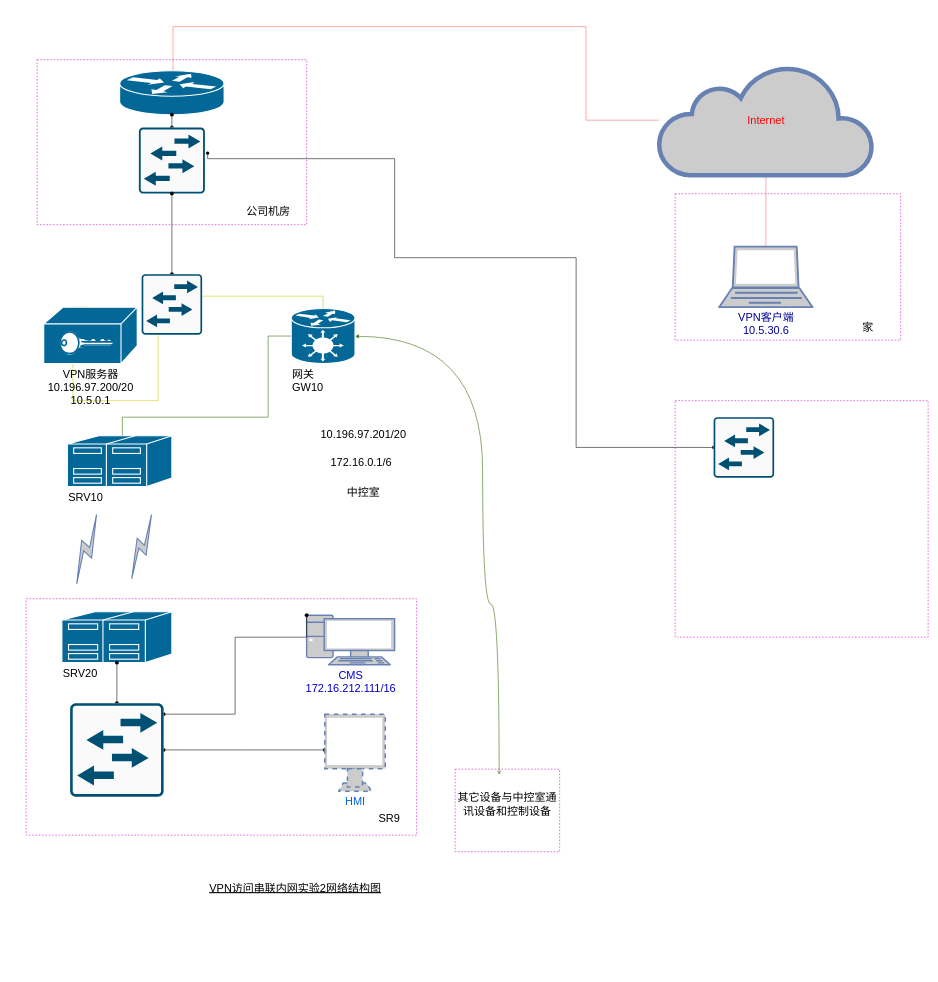
Before: VPN访问内网工控设备方案1-v1.drawio in LockeJet/dopamineplz.github.io, a draw.io diagram. Source tidied: cells renumbered, new cells numbered last; positions are measured from the earlier drawing's top-left corner, leaving out a move shared by most shapes. Both pictures are drawn from the tidied source at 55%, with x=0, y=0 at pixel (26, 26).
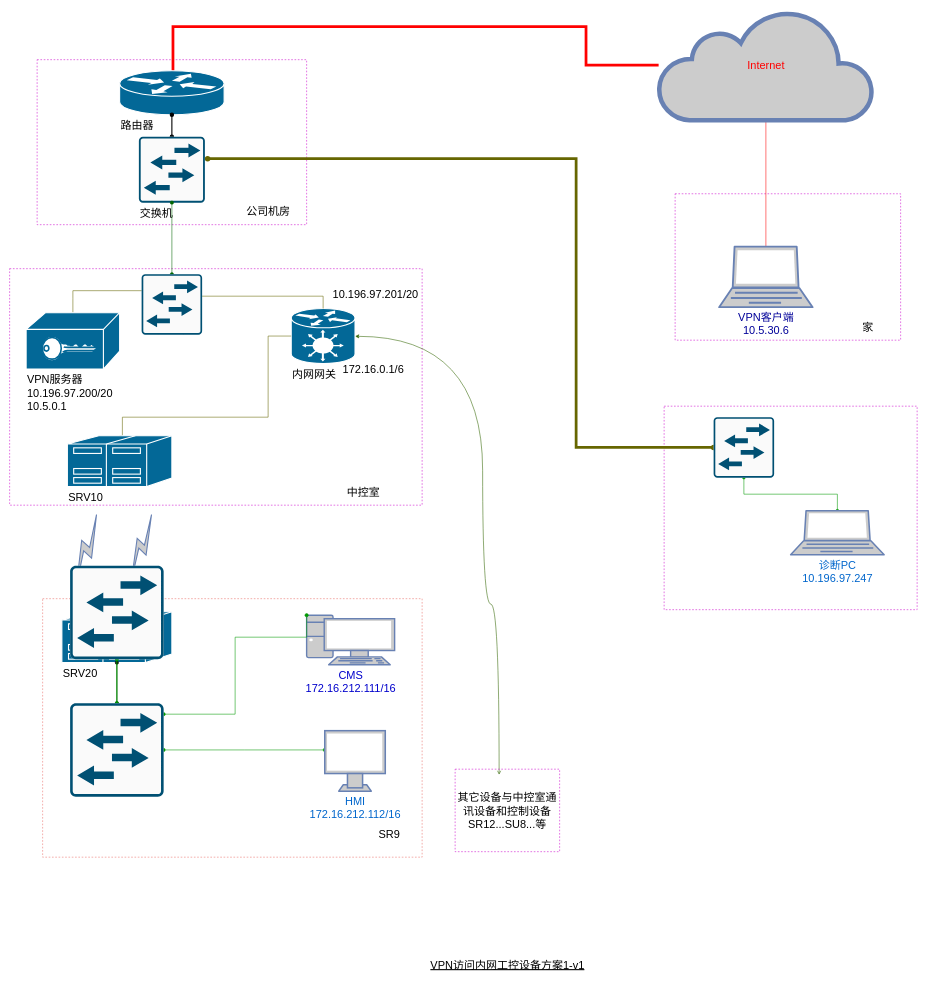
The same page after the edit.

Commit message (it also covers changes not shown here):
Update VPN访问内网工控设备方案1-v1.drawio

Unchanged cells that the change refers to:
```xml
<mxCell id="5" value="&lt;div style=&quot;font-size: 20px;&quot;&gt;&lt;font style=&quot;font-size: 20px;&quot; color=&quot;#000099&quot;&gt;VPN客户端&lt;/font&gt;&lt;/div&gt;&lt;div style=&quot;font-size: 20px;&quot;&gt;&lt;font style=&quot;font-size: 20px;&quot; color=&quot;#000099&quot;&gt;10.5.30.6&lt;br style=&quot;font-size: 20px;&quot;&gt;&lt;/font&gt;&lt;/div&gt;" style="fontColor=#0066CC;verticalAlign=top;verticalLabelPosition=bottom;labelPosition=center;align=center;html=1;outlineConnect=0;fillColor=#CCCCCC;strokeColor=#6881B3;gradientColor=none;gradientDirection=north;strokeWidth=2;shape=mxgraph.networks.laptop;fontSize=20;" parent="1" vertex="1">
  <mxGeometry x="1260" y="400" width="170" height="110" as="geometry" />
</mxCell>
<mxCell id="14" value="&lt;div style=&quot;font-size: 20px;&quot; align=&quot;left&quot;&gt;SRV20&lt;/div&gt;" style="shape=mxgraph.cisco.servers.standard_host;html=1;dashed=0;fillColor=#036897;strokeColor=#ffffff;strokeWidth=2;verticalLabelPosition=bottom;verticalAlign=top;align=left;outlineConnect=0;fontSize=20;" parent="1" vertex="1">
  <mxGeometry x="65" y="1063.8" width="200" height="92.5" as="geometry" />
</mxCell>
<mxCell id="15" value="&lt;div style=&quot;font-size: 20px;&quot; align=&quot;left&quot;&gt;SRV10&lt;/div&gt;" style="shape=mxgraph.cisco.servers.standard_host;html=1;dashed=0;fillColor=#036897;strokeColor=#ffffff;strokeWidth=2;verticalLabelPosition=bottom;verticalAlign=top;align=left;outlineConnect=0;fontSize=20;" parent="1" vertex="1">
  <mxGeometry x="75" y="743.8" width="190" height="92.5" as="geometry" />
</mxCell>
<mxCell id="16" value="&lt;div style=&quot;font-size: 20px;&quot;&gt;CMS&lt;br style=&quot;font-size: 20px;&quot;&gt;&lt;/div&gt;&lt;div style=&quot;font-size: 20px;&quot;&gt;172.16.212.111/16&lt;br style=&quot;font-size: 20px;&quot;&gt;&lt;/div&gt;" style="verticalAlign=top;verticalLabelPosition=bottom;labelPosition=center;align=center;html=1;outlineConnect=0;fillColor=#CCCCCC;strokeColor=#6881B3;gradientColor=none;gradientDirection=north;strokeWidth=2;shape=mxgraph.networks.pc;fontColor=#0000CC;fontSize=20;" parent="1" vertex="1">
  <mxGeometry x="510" y="1070" width="160" height="90" as="geometry" />
</mxCell>
<mxCell id="24" style="points=[[0.015,0.015,0],[0.985,0.015,0],[0.985,0.985,0],[0.015,0.985,0],[0.25,0,0],[0.5,0,0],[0.75,0,0],[1,0.25,0],[1,0.5,0],[1,0.75,0],[0.75,1,0],[0.5,1,0],[0.25,1,0],[0,0.75,0],[0,0.5,0],[0,0.25,0]];verticalLabelPosition=bottom;html=1;verticalAlign=top;align=center;shape=mxgraph.cisco19.rect;prIcon=l2_switch;fillColor=#FAFAFA;strokeColor=#005073;fontSize=20;" parent="1" vertex="1">
  <mxGeometry x="210" y="450" width="110" height="110" as="geometry" />
</mxCell>
<mxCell id="34" style="points=[[0.015,0.015,0],[0.985,0.015,0],[0.985,0.985,0],[0.015,0.985,0],[0.25,0,0],[0.5,0,0],[0.75,0,0],[1,0.25,0],[1,0.5,0],[1,0.75,0],[0.75,1,0],[0.5,1,0],[0.25,1,0],[0,0.75,0],[0,0.5,0],[0,0.25,0]];verticalLabelPosition=bottom;html=1;verticalAlign=top;align=center;shape=mxgraph.cisco19.rect;prIcon=l2_switch;fillColor=#FAFAFA;strokeColor=#005073;dashed=1;fontSize=20;" parent="1" vertex="1">
  <mxGeometry x="80" y="1230" width="170" height="170" as="geometry" />
</mxCell>
<mxCell id="39" style="points=[[0.015,0.015,0],[0.985,0.015,0],[0.985,0.985,0],[0.015,0.985,0],[0.25,0,0],[0.5,0,0],[0.75,0,0],[1,0.25,0],[1,0.5,0],[1,0.75,0],[0.75,1,0],[0.5,1,0],[0.25,1,0],[0,0.75,0],[0,0.5,0],[0,0.25,0]];verticalLabelPosition=bottom;html=1;verticalAlign=top;align=center;shape=mxgraph.cisco19.rect;prIcon=l2_switch;fillColor=#FAFAFA;strokeColor=#005073;fontSize=20;" parent="1" vertex="1">
  <mxGeometry x="1250" y="710" width="110" height="110" as="geometry" />
</mxCell>
```

What changed in the source:
```diff
@@
+    <mxCell id="41" style="rounded=0;whiteSpace=wrap;html=1;fillColor=none;dashed=1;strokeColor=#CC00CC;fontSize=20;" parent="1" vertex="1">
+      <mxGeometry x="-30" y="440" width="750" height="430" as="geometry" />
+    </mxCell>
+    <mxCell id="26" style="rounded=0;whiteSpace=wrap;html=1;fillColor=none;dashed=1;strokeColor=#CC00CC;fontSize=20;" parent="1" vertex="1">
+      <mxGeometry x="20" y="60" width="490" height="300" as="geometry" />
+    </mxCell>
+    <mxCell id="40" style="rounded=0;whiteSpace=wrap;html=1;fillColor=none;dashed=1;strokeColor=#CC00CC;fontSize=20;" parent="1" vertex="1">
+      <mxGeometry x="1160" y="690" width="460" height="370" as="geometry" />
+    </mxCell>
-    <mxCell id="2" style="rounded=0;whiteSpace=wrap;html=1;fillColor=none;dashed=1;strokeColor=#CC00CC;fontSize=20;" parent="1" vertex="1">
-      <mxGeometry y="1040" width="710" height="430" as="geometry" />
+    <mxCell id="2" style="rounded=0;whiteSpace=wrap;html=1;fillColor=none;dashed=1;fontSize=20;strokeColor=#EA6B66;" parent="1" vertex="1">
+      <mxGeometry x="30" y="1040" width="690" height="470" as="geometry" />
     </mxCell>
@@
-    <mxCell id="4" style="edgeStyle=none;rounded=0;sketch=0;jettySize=auto;html=1;exitX=0.5;exitY=0;exitDx=0;exitDy=0;exitPerimeter=0;shadow=0;startArrow=oval;startFill=1;startSize=0;endArrow=oval;endFill=1;endSize=0;fontFamily=Helvetica;fontSize=20;strokeColor=#FF6666;" parent="1" edge="1" source="5" target="7">
+    <mxCell id="4" style="edgeStyle=none;rounded=0;sketch=0;jettySize=auto;html=1;exitX=0.5;exitY=0;exitDx=0;exitDy=0;exitPerimeter=0;shadow=0;startArrow=oval;startFill=1;startSize=0;endArrow=oval;endFill=1;endSize=0;fontFamily=Helvetica;fontSize=20;strokeColor=#FF0000;" parent="1" edge="1" source="5" target="7">
       <mxGeometry relative="1" as="geometry" />
     </mxCell>
@@
-    <mxCell id="6" style="jettySize=auto;html=1;endArrow=classic;endFill=1;shadow=0;sketch=0;rounded=0;endSize=5;startSize=5;startArrow=open;startFill=0;strokeColor=#336600;fontSize=20;edgeStyle=orthogonalEdgeStyle;curved=1;strokeWidth=1;" parent="1" edge="1" target="8">
+    <mxCell id="6" style="jettySize=auto;html=1;endArrow=classic;endFill=1;shadow=0;sketch=0;rounded=0;endSize=5;startSize=5;startArrow=open;startFill=0;strokeColor=#336600;fontSize=20;edgeStyle=orthogonalEdgeStyle;curved=1;strokeWidth=1;fontColor=#006600;" parent="1" edge="1" target="8">
       <mxGeometry relative="1" as="geometry">
         <mxPoint x="860" y="1360" as="sourcePoint" />
         <Array as="points">
           <mxPoint x="830" y="1050" />
           <mxPoint x="830" y="563" />
         </Array>
       </mxGeometry>
     </mxCell>
     <mxCell id="7" value="&lt;font style=&quot;font-size: 20px&quot; color=&quot;#FF0000&quot;&gt;Internet&lt;/font&gt;" style="html=1;outlineConnect=0;fillColor=#CCCCCC;strokeColor=#6881B3;gradientColor=none;gradientDirection=north;strokeWidth=2;shape=mxgraph.networks.cloud;fontColor=#ffffff;fontSize=20;" parent="1" vertex="1">
-      <mxGeometry x="1150" y="70" width="390" height="200" as="geometry" />
+      <mxGeometry x="1150" y="-30" width="390" height="200" as="geometry" />
     </mxCell>
-    <mxCell id="8" value="&lt;div style=&quot;font-size: 20px;&quot; align=&quot;left&quot;&gt;网关&lt;/div&gt;&lt;div style=&quot;font-size: 20px;&quot; align=&quot;left&quot;&gt;GW10&lt;br style=&quot;font-size: 20px;&quot;&gt;&lt;/div&gt;" style="shape=mxgraph.cisco.hubs_and_gateways.generic_gateway;html=1;dashed=0;fillColor=#036897;strokeColor=#ffffff;strokeWidth=2;verticalLabelPosition=bottom;verticalAlign=top;align=left;outlineConnect=0;fontSize=20;" parent="1" vertex="1">
+    <mxCell id="8" value="内网网关" style="shape=mxgraph.cisco.hubs_and_gateways.generic_gateway;html=1;dashed=0;fillColor=#036897;strokeColor=#ffffff;strokeWidth=2;verticalLabelPosition=bottom;verticalAlign=top;align=left;outlineConnect=0;fontSize=20;" parent="1" vertex="1">
       <mxGeometry x="482" y="512.5" width="116" height="100" as="geometry" />
     </mxCell>
-    <mxCell id="9" style="edgeStyle=orthogonalEdgeStyle;rounded=0;sketch=0;jettySize=auto;html=1;exitX=0.5;exitY=0;exitDx=0;exitDy=0;exitPerimeter=0;shadow=0;startArrow=oval;startFill=1;startSize=0;endArrow=oval;endFill=1;endSize=0;fontFamily=Helvetica;strokeColor=#CCCC00;fontSize=20;" parent="1" edge="1" source="10">
+    <mxCell id="9" style="edgeStyle=orthogonalEdgeStyle;rounded=0;sketch=0;jettySize=auto;html=1;exitX=0.5;exitY=0;exitDx=0;exitDy=0;exitPerimeter=0;shadow=0;startArrow=oval;startFill=1;startSize=0;endArrow=oval;endFill=1;endSize=0;fontFamily=Helvetica;fontSize=20;strokeColor=#666600;" parent="1" edge="1" source="10">
       <mxGeometry relative="1" as="geometry">
         <mxPoint x="240" y="560" as="targetPoint" />
         <Array as="points">
-          <mxPoint x="85" y="680" />
-          <mxPoint x="240" y="680" />
+          <mxPoint x="85" y="494" />
+          <mxPoint x="85" y="480" />
+          <mxPoint x="240" y="480" />
         </Array>
       </mxGeometry>
     </mxCell>
-    <mxCell id="10" value="&lt;div style=&quot;font-size: 20px;&quot;&gt;VPN服务器&lt;/div&gt;&lt;div style=&quot;font-size: 20px;&quot;&gt;10.196.97.200/20&lt;/div&gt;&lt;div style=&quot;font-size: 20px;&quot;&gt;10.5.0.1&lt;br style=&quot;font-size: 20px;&quot;&gt;&lt;/div&gt;" style="shape=mxgraph.cisco.hubs_and_gateways.vpn_gateway;html=1;dashed=0;fillColor=#036897;strokeColor=#ffffff;strokeWidth=2;verticalLabelPosition=bottom;verticalAlign=top;align=center;outlineConnect=0;fontSize=20;" parent="1" vertex="1">
-      <mxGeometry x="32" y="510" width="170" height="102.5" as="geometry" />
+    <mxCell id="10" value="&lt;div style=&quot;font-size: 20px&quot; align=&quot;left&quot;&gt;VPN服务器&lt;/div&gt;&lt;div style=&quot;font-size: 20px&quot; align=&quot;left&quot;&gt;10.196.97.200/20&lt;/div&gt;&lt;div style=&quot;font-size: 20px&quot; align=&quot;left&quot;&gt;10.5.0.1&lt;br style=&quot;font-size: 20px&quot;&gt;&lt;/div&gt;" style="shape=mxgraph.cisco.hubs_and_gateways.vpn_gateway;html=1;dashed=0;fillColor=#036897;strokeColor=#ffffff;strokeWidth=2;verticalLabelPosition=bottom;verticalAlign=top;align=left;outlineConnect=0;fontSize=20;" parent="1" vertex="1">
+      <mxGeometry y="520" width="170" height="102.5" as="geometry" />
     </mxCell>
     <mxCell id="11" value="172.16.0.1/6" style="edgeLabel;html=1;align=center;verticalAlign=middle;fontSize=20;" parent="1" vertex="1">
-      <mxGeometry x="608" y="790" as="geometry" />
+      <mxGeometry x="630" y="622.5" as="geometry" />
     </mxCell>
     <mxCell id="12" value="10.196.97.201/20" style="text;html=1;align=center;verticalAlign=middle;fontFamily=Helvetica;fontSize=20;" parent="1" vertex="1">
-      <mxGeometry x="528" y="725" width="170" height="30" as="geometry" />
+      <mxGeometry x="550" y="470" width="170" height="30" as="geometry" />
     </mxCell>
-    <mxCell id="13" style="edgeStyle=orthogonalEdgeStyle;rounded=0;sketch=0;jettySize=auto;html=1;exitX=0.5;exitY=0;exitDx=0;exitDy=0;exitPerimeter=0;shadow=0;startArrow=oval;startFill=1;startSize=0;endArrow=oval;endFill=1;endSize=0;strokeColor=#336600;fontSize=20;entryX=0;entryY=0.5;entryDx=0;entryDy=0;entryPerimeter=0;" parent="1" edge="1" source="15" target="8">
+    <mxCell id="13" style="edgeStyle=orthogonalEdgeStyle;rounded=0;sketch=0;jettySize=auto;html=1;exitX=0.5;exitY=0;exitDx=0;exitDy=0;exitPerimeter=0;shadow=0;startArrow=oval;startFill=1;startSize=0;endArrow=oval;endFill=1;endSize=0;fontSize=20;entryX=0;entryY=0.5;entryDx=0;entryDy=0;entryPerimeter=0;strokeColor=#666600;" parent="1" edge="1" source="15" target="8">
       <mxGeometry relative="1" as="geometry">
         <Array as="points">
           <mxPoint x="175" y="710" />
           <mxPoint x="440" y="710" />
           <mxPoint x="440" y="563" />
         </Array>
       </mxGeometry>
     </mxCell>
@@
-    <mxCell id="17" style="edgeStyle=orthogonalEdgeStyle;rounded=0;sketch=0;jettySize=auto;html=1;entryX=0.5;entryY=0;entryDx=0;entryDy=0;entryPerimeter=0;shadow=0;startArrow=oval;startFill=1;startSize=0;endArrow=oval;endFill=1;endSize=0;fontFamily=Helvetica;strokeColor=#CCCC00;fontSize=20;" parent="1" edge="1" target="8">
+    <mxCell id="17" style="edgeStyle=orthogonalEdgeStyle;rounded=0;sketch=0;jettySize=auto;html=1;entryX=0.5;entryY=0;entryDx=0;entryDy=0;entryPerimeter=0;shadow=0;startArrow=oval;startFill=1;startSize=0;endArrow=oval;endFill=1;endSize=0;fontFamily=Helvetica;fontSize=20;strokeColor=#666600;" parent="1" edge="1" target="8">
       <mxGeometry relative="1" as="geometry">
         <mxPoint x="286" y="560" as="sourcePoint" />
         <Array as="points">
           <mxPoint x="286" y="490" />
           <mxPoint x="540" y="490" />
         </Array>
       </mxGeometry>
     </mxCell>
-    <mxCell id="18" style="edgeStyle=orthogonalEdgeStyle;rounded=0;sketch=0;jettySize=auto;html=1;shadow=0;startArrow=oval;startFill=1;startSize=0;endArrow=oval;endFill=1;endSize=0;fontFamily=Helvetica;fontSize=20;strokeColor=#FF6666;" parent="1" edge="1" source="20" target="7">
+    <mxCell id="18" style="edgeStyle=orthogonalEdgeStyle;rounded=0;sketch=0;jettySize=auto;html=1;shadow=0;startArrow=oval;startFill=1;startSize=0;endArrow=oval;endFill=1;endSize=0;fontFamily=Helvetica;fontSize=20;strokeWidth=5;strokeColor=#FF0000;" parent="1" edge="1" source="20" target="7">
       <mxGeometry relative="1" as="geometry">
         <Array as="points">
           <mxPoint x="267" />
           <mxPoint x="1018" />
         </Array>
       </mxGeometry>
     </mxCell>
-    <mxCell id="19" value="VPN访问串联内网实验2网络结构图" style="text;html=1;align=center;verticalAlign=middle;fontSize=20;fontStyle=4;" parent="1" vertex="1">
-      <mxGeometry x="324" y="1550" width="330" height="30" as="geometry" />
+    <mxCell id="19" value="VPN访问内网工控设备方案1-v1" style="text;html=1;align=center;verticalAlign=middle;fontSize=20;fontStyle=4;" parent="1" vertex="1">
+      <mxGeometry x="725" y="1690" width="300" height="30" as="geometry" />
     </mxCell>
-    <mxCell id="20" style="shape=mxgraph.cisco.routers.router;html=1;dashed=0;fillColor=#036897;strokeColor=#ffffff;strokeWidth=2;verticalLabelPosition=bottom;verticalAlign=top;align=center;outlineConnect=0;fontSize=20;" parent="1" vertex="1">
+    <mxCell id="20" value="&lt;div align=&quot;left&quot;&gt;路由器&lt;br&gt;&lt;/div&gt;" style="shape=mxgraph.cisco.routers.router;html=1;dashed=0;fillColor=#036897;strokeColor=#ffffff;strokeWidth=2;verticalLabelPosition=bottom;verticalAlign=top;align=left;outlineConnect=0;fontSize=20;" parent="1" vertex="1">
       <mxGeometry x="170" y="80" width="190" height="80" as="geometry" />
     </mxCell>
-    <mxCell id="21" style="edgeStyle=orthogonalEdgeStyle;rounded=0;jettySize=auto;html=1;exitX=0.5;exitY=0;exitDx=0;exitDy=0;exitPerimeter=0;entryX=0.5;entryY=1;entryDx=0;entryDy=0;entryPerimeter=0;endArrow=oval;endFill=1;startArrow=oval;startFill=1;fontSize=20;" parent="1" edge="1" source="22" target="20">
+    <mxCell id="21" style="edgeStyle=orthogonalEdgeStyle;rounded=0;jettySize=auto;html=1;exitX=0.5;exitY=0;exitDx=0;exitDy=0;exitPerimeter=0;entryX=0.5;entryY=1;entryDx=0;entryDy=0;entryPerimeter=0;endArrow=oval;endFill=1;startArrow=oval;startFill=1;fontSize=20;strokeWidth=2;" parent="1" edge="1" source="22" target="20">
       <mxGeometry relative="1" as="geometry" />
     </mxCell>
-    <mxCell id="22" style="points=[[0.015,0.015,0],[0.985,0.015,0],[0.985,0.985,0],[0.015,0.985,0],[0.25,0,0],[0.5,0,0],[0.75,0,0],[1,0.25,0],[1,0.5,0],[1,0.75,0],[0.75,1,0],[0.5,1,0],[0.25,1,0],[0,0.75,0],[0,0.5,0],[0,0.25,0]];verticalLabelPosition=bottom;html=1;verticalAlign=top;align=center;shape=mxgraph.cisco19.rect;prIcon=l2_switch;fillColor=#FAFAFA;strokeColor=#005073;fontSize=20;" parent="1" vertex="1">
-      <mxGeometry x="205" y="183.5" width="120" height="120" as="geometry" />
+    <mxCell id="22" value="&lt;div align=&quot;left&quot;&gt;交换机&lt;br&gt;&lt;/div&gt;" style="points=[[0.015,0.015,0],[0.985,0.015,0],[0.985,0.985,0],[0.015,0.985,0],[0.25,0,0],[0.5,0,0],[0.75,0,0],[1,0.25,0],[1,0.5,0],[1,0.75,0],[0.75,1,0],[0.5,1,0],[0.25,1,0],[0,0.75,0],[0,0.5,0],[0,0.25,0]];verticalLabelPosition=bottom;html=1;verticalAlign=top;align=left;shape=mxgraph.cisco19.rect;prIcon=l2_switch;fillColor=#FAFAFA;strokeColor=#005073;fontSize=20;" parent="1" vertex="1">
+      <mxGeometry x="205" y="200" width="120" height="120" as="geometry" />
     </mxCell>
-    <mxCell id="23" style="edgeStyle=orthogonalEdgeStyle;rounded=0;jettySize=auto;html=1;exitX=0.5;exitY=0;exitDx=0;exitDy=0;exitPerimeter=0;entryX=0.5;entryY=1;entryDx=0;entryDy=0;entryPerimeter=0;startArrow=oval;startFill=1;endArrow=oval;endFill=1;fontSize=20;" parent="1" edge="1" source="24" target="22">
+    <mxCell id="23" style="edgeStyle=orthogonalEdgeStyle;rounded=0;jettySize=auto;html=1;exitX=0.5;exitY=0;exitDx=0;exitDy=0;exitPerimeter=0;entryX=0.5;entryY=1;entryDx=0;entryDy=0;entryPerimeter=0;startArrow=oval;startFill=1;endArrow=oval;endFill=1;fontSize=20;strokeColor=#006600;" parent="1" edge="1" source="24" target="22">
       <mxGeometry relative="1" as="geometry" />
     </mxCell>
@@
-    <mxCell id="26" style="rounded=0;whiteSpace=wrap;html=1;fillColor=none;dashed=1;strokeColor=#CC00CC;fontSize=20;" parent="1" vertex="1">
-      <mxGeometry x="20" y="60" width="490" height="300" as="geometry" />
-    </mxCell>
@@
     <mxCell id="30" value="SR9" style="text;html=1;align=center;verticalAlign=middle;fontSize=20;" parent="1" vertex="1">
-      <mxGeometry x="635" y="1423.5" width="50" height="30" as="geometry" />
+      <mxGeometry x="635" y="1451.5" width="50" height="30" as="geometry" />
     </mxCell>
-    <mxCell id="31" style="edgeStyle=orthogonalEdgeStyle;rounded=0;jettySize=auto;html=1;exitX=0.5;exitY=0;exitDx=0;exitDy=0;exitPerimeter=0;startArrow=oval;startFill=1;endArrow=oval;endFill=1;fontSize=20;" parent="1" edge="1" source="34" target="14">
+    <mxCell id="31" style="edgeStyle=orthogonalEdgeStyle;rounded=0;jettySize=auto;html=1;exitX=0.5;exitY=0;exitDx=0;exitDy=0;exitPerimeter=0;startArrow=oval;startFill=1;endArrow=oval;endFill=1;fontSize=20;fontColor=#006600;" parent="1" edge="1" source="34" target="14">
       <mxGeometry relative="1" as="geometry" />
     </mxCell>
-    <mxCell id="32" style="edgeStyle=orthogonalEdgeStyle;rounded=0;jettySize=auto;html=1;entryX=0;entryY=0;entryDx=0;entryDy=0;entryPerimeter=0;startArrow=oval;startFill=1;endArrow=oval;endFill=1;fontSize=20;" parent="1" edge="1" source="34" target="16">
+    <mxCell id="32" style="edgeStyle=orthogonalEdgeStyle;rounded=0;jettySize=auto;html=1;entryX=0;entryY=0;entryDx=0;entryDy=0;entryPerimeter=0;startArrow=oval;startFill=1;endArrow=oval;endFill=1;fontSize=20;fontColor=#006600;strokeColor=#009900;" parent="1" edge="1" source="34" target="16">
       <mxGeometry relative="1" as="geometry">
         <Array as="points">
           <mxPoint x="380" y="1250" />
           <mxPoint x="380" y="1110" />
           <mxPoint x="510" y="1110" />
         </Array>
       </mxGeometry>
     </mxCell>
-    <mxCell id="33" style="edgeStyle=orthogonalEdgeStyle;rounded=0;jettySize=auto;html=1;startArrow=oval;startFill=1;endArrow=oval;endFill=1;fontSize=20;" parent="1" edge="1" source="34">
+    <mxCell id="33" style="edgeStyle=orthogonalEdgeStyle;rounded=0;jettySize=auto;html=1;startArrow=oval;startFill=1;endArrow=oval;endFill=1;fontSize=20;fontColor=#006600;strokeColor=#009900;" parent="1" edge="1" source="34">
       <mxGeometry relative="1" as="geometry">
         <mxPoint x="543.1" y="1315" as="targetPoint" />
       </mxGeometry>
     </mxCell>
+    <mxCell id="42" style="edgeStyle=orthogonalEdgeStyle;rounded=0;jettySize=auto;html=1;startArrow=oval;startFill=1;startSize=5;endArrow=oval;endFill=1;endSize=5;strokeWidth=2;fontSize=20;fontColor=#006600;strokeColor=#009900;" parent="1" edge="1" source="34" target="45">
+      <mxGeometry relative="1" as="geometry" />
+    </mxCell>
@@
-    <mxCell id="35" value="HMI" style="fontColor=#0066CC;verticalAlign=top;verticalLabelPosition=bottom;labelPosition=center;align=center;html=1;fillColor=#CCCCCC;strokeColor=#6881B3;gradientColor=none;gradientDirection=north;strokeWidth=2;shape=mxgraph.networks.monitor;dashed=1;fontSize=20;" parent="1" vertex="1">
-      <mxGeometry x="543" y="1250" width="110" height="140" as="geometry" />
+    <mxCell id="35" value="&lt;div&gt;HMI&lt;/div&gt;&lt;div&gt;172.16.212.112/16&lt;br&gt;&lt;/div&gt;" style="fontColor=#0066CC;verticalAlign=top;verticalLabelPosition=bottom;labelPosition=center;align=center;html=1;fillColor=#CCCCCC;strokeColor=#6881B3;gradientColor=none;gradientDirection=north;strokeWidth=2;shape=mxgraph.networks.monitor;fontSize=20;" parent="1" vertex="1">
+      <mxGeometry x="543" y="1280" width="110" height="110" as="geometry" />
     </mxCell>
-    <mxCell id="36" value="&lt;div&gt;其它设备与中控室通讯设备和控制设备&lt;/div&gt;&lt;div&gt;&lt;br&gt;&lt;/div&gt;" style="whiteSpace=wrap;html=1;dashed=1;strokeColor=#CC00CC;fillColor=none;fontSize=20;" parent="1" vertex="1">
+    <mxCell id="36" value="&lt;div&gt;其它设备与中控室通讯设备和控制设备&lt;/div&gt;&lt;div&gt;SR12...SU8...等&lt;br&gt;&lt;/div&gt;" style="whiteSpace=wrap;html=1;dashed=1;strokeColor=#CC00CC;fillColor=none;fontSize=20;" parent="1" vertex="1">
       <mxGeometry x="780" y="1350" width="190" height="150" as="geometry" />
     </mxCell>
@@
-    <mxCell id="38" style="rounded=0;jettySize=auto;html=1;exitX=0;exitY=0.5;exitDx=0;exitDy=0;exitPerimeter=0;startArrow=oval;startFill=1;startSize=5;endArrow=oval;endFill=1;endSize=5;strokeWidth=1;fontSize=20;edgeStyle=orthogonalEdgeStyle;" parent="1" edge="1" source="39">
+    <mxCell id="38" style="rounded=0;jettySize=auto;html=1;exitX=0;exitY=0.5;exitDx=0;exitDy=0;exitPerimeter=0;startArrow=oval;startFill=1;startSize=5;endArrow=oval;endFill=1;endSize=5;strokeWidth=5;fontSize=20;edgeStyle=orthogonalEdgeStyle;strokeColor=#666600;" parent="1" edge="1" source="39">
       <mxGeometry relative="1" as="geometry">
-        <mxPoint x="330" y="230" as="targetPoint" />
+        <mxPoint x="330" y="240" as="targetPoint" />
         <Array as="points">
           <mxPoint x="1000" y="765" />
-          <mxPoint x="1000" y="420" />
-          <mxPoint x="670" y="420" />
-          <mxPoint x="670" y="240" />
+          <mxPoint x="1000" y="240" />
           <mxPoint x="330" y="240" />
         </Array>
       </mxGeometry>
     </mxCell>
+    <mxCell id="43" style="edgeStyle=orthogonalEdgeStyle;rounded=0;jettySize=auto;html=1;exitX=0.5;exitY=1;exitDx=0;exitDy=0;exitPerimeter=0;startArrow=oval;startFill=1;startSize=5;endArrow=oval;endFill=1;endSize=5;strokeWidth=1;fontSize=20;fontColor=#006600;strokeColor=#009900;" parent="1" edge="1" source="39" target="44">
+      <mxGeometry relative="1" as="geometry" />
+    </mxCell>
@@
-    <mxCell id="40" style="rounded=0;whiteSpace=wrap;html=1;fillColor=none;dashed=1;strokeColor=#CC00CC;fontSize=20;" parent="1" vertex="1">
-      <mxGeometry x="1180" y="680" width="460" height="430" as="geometry" />
-    </mxCell>
+    <mxCell id="44" value="&lt;div&gt;诊断PC&lt;/div&gt;&lt;div&gt;10.196.97.247&lt;br&gt;&lt;/div&gt;" style="fontColor=#0066CC;verticalAlign=top;verticalLabelPosition=bottom;labelPosition=center;align=center;html=1;outlineConnect=0;fillColor=#CCCCCC;strokeColor=#6881B3;gradientColor=none;gradientDirection=north;strokeWidth=2;shape=mxgraph.networks.laptop;fontSize=20;" parent="1" vertex="1">
+      <mxGeometry x="1390" y="880" width="170" height="80" as="geometry" />
+    </mxCell>
+    <mxCell id="45" style="points=[[0.015,0.015,0],[0.985,0.015,0],[0.985,0.985,0],[0.015,0.985,0],[0.25,0,0],[0.5,0,0],[0.75,0,0],[1,0.25,0],[1,0.5,0],[1,0.75,0],[0.75,1,0],[0.5,1,0],[0.25,1,0],[0,0.75,0],[0,0.5,0],[0,0.25,0]];verticalLabelPosition=bottom;html=1;verticalAlign=top;align=center;shape=mxgraph.cisco19.rect;prIcon=l2_switch;fillColor=#FAFAFA;strokeColor=#005073;dashed=1;fontSize=20;" parent="1" vertex="1">
+      <mxGeometry x="80" y="980" width="170" height="170" as="geometry" />
+    </mxCell>
```
